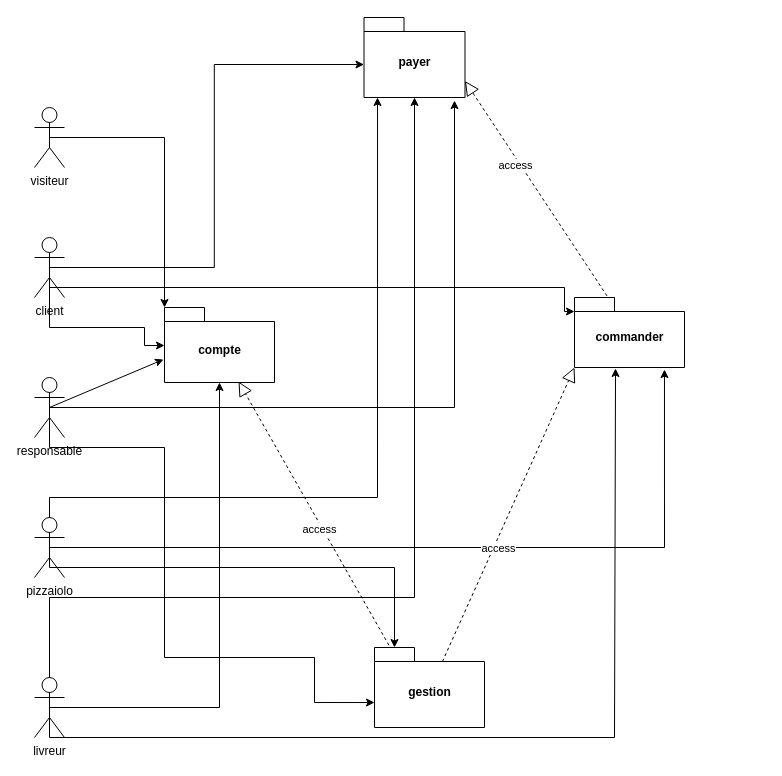
robindauteuil/Diagramme_UML keeps this draw.io diagram as page "diagramme package" (2 of 7) of diagrammes réunis.drawio. Above is the earlier version. Source tidied: cells renumbered, new cells numbered last; positions are measured from the earlier drawing's top-left corner, leaving out a move shared by most shapes. Both pictures are drawn from the tidied source at 100%, with x=0, y=0 at pixel (34, 17).
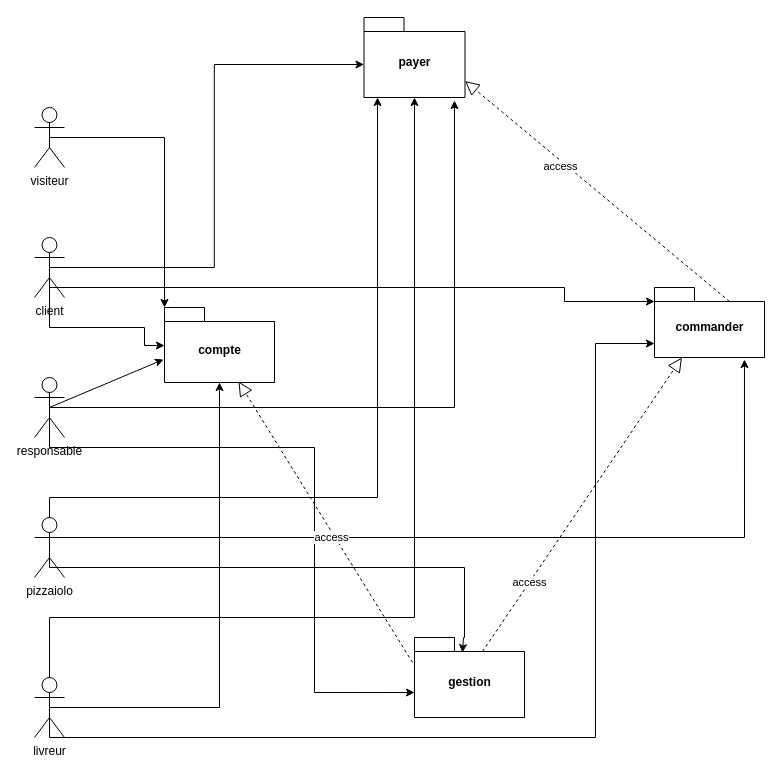
Above is the later version.

Unchanged cells that the change refers to:
```xml
<mxCell id="5" value="livreur" style="shape=umlActor;verticalLabelPosition=bottom;verticalAlign=top;html=1;outlineConnect=0;" parent="1" vertex="1">
  <mxGeometry y="660" width="30" height="60" as="geometry" />
</mxCell>
<mxCell id="9" value="pizzaiolo" style="shape=umlActor;verticalLabelPosition=bottom;verticalAlign=top;html=1;outlineConnect=0;" parent="1" vertex="1">
  <mxGeometry y="500" width="30" height="60" as="geometry" />
</mxCell>
<mxCell id="12" value="responsable" style="shape=umlActor;verticalLabelPosition=bottom;verticalAlign=top;html=1;outlineConnect=0;" parent="1" vertex="1">
  <mxGeometry y="360" width="30" height="60" as="geometry" />
</mxCell>
<mxCell id="16" value="client" style="shape=umlActor;verticalLabelPosition=bottom;verticalAlign=top;html=1;outlineConnect=0;" parent="1" vertex="1">
  <mxGeometry y="220" width="30" height="60" as="geometry" />
</mxCell>
<mxCell id="26" value="payer" style="shape=folder;fontStyle=1;spacingTop=10;tabWidth=40;tabHeight=14;tabPosition=left;html=1;" parent="1" vertex="1">
  <mxGeometry x="329.5" width="101" height="80" as="geometry" />
</mxCell>
<mxCell id="27" value="compte" style="shape=folder;fontStyle=1;spacingTop=10;tabWidth=40;tabHeight=14;tabPosition=left;html=1;" parent="1" vertex="1">
  <mxGeometry x="130" y="290" width="110" height="75" as="geometry" />
</mxCell>
```

The edit, as a diff of the source:
```diff
@@
     <mxCell id="3" style="edgeStyle=orthogonalEdgeStyle;rounded=0;jettySize=auto;html=1;exitX=0.5;exitY=0.5;exitDx=0;exitDy=0;exitPerimeter=0;entryX=0.5;entryY=1;entryDx=0;entryDy=0;entryPerimeter=0;" parent="1" edge="1" source="5" target="26">
       <mxGeometry relative="1" as="geometry">
         <Array as="points">
-          <mxPoint x="15" y="580" />
-          <mxPoint x="380" y="580" />
+          <mxPoint x="15" y="600" />
+          <mxPoint x="380" y="600" />
         </Array>
       </mxGeometry>
     </mxCell>
-    <mxCell id="4" style="edgeStyle=orthogonalEdgeStyle;rounded=0;jettySize=auto;html=1;exitX=0.5;exitY=0.5;exitDx=0;exitDy=0;exitPerimeter=0;entryX=0.373;entryY=1.014;entryDx=0;entryDy=0;entryPerimeter=0;" parent="1" edge="1" source="5" target="29">
+    <mxCell id="4" style="edgeStyle=orthogonalEdgeStyle;rounded=0;jettySize=auto;html=1;exitX=0.5;exitY=0.5;exitDx=0;exitDy=0;exitPerimeter=0;entryX=0;entryY=0;entryDx=0;entryDy=56;entryPerimeter=0;" parent="1" edge="1" source="5" target="29">
       <mxGeometry relative="1" as="geometry">
         <Array as="points">
           <mxPoint x="15" y="720" />
-          <mxPoint x="580" y="720" />
+          <mxPoint x="561" y="720" />
+          <mxPoint x="561" y="326" />
         </Array>
       </mxGeometry>
     </mxCell>
@@
-    <mxCell id="6" style="edgeStyle=orthogonalEdgeStyle;rounded=0;jettySize=auto;html=1;exitX=0.5;exitY=0.5;exitDx=0;exitDy=0;exitPerimeter=0;entryX=0;entryY=0;entryDx=20;entryDy=0;entryPerimeter=0;" parent="1" edge="1" source="9" target="28">
+    <mxCell id="6" style="edgeStyle=orthogonalEdgeStyle;rounded=0;jettySize=auto;html=1;exitX=0.5;exitY=0.5;exitDx=0;exitDy=0;exitPerimeter=0;entryX=0.436;entryY=0.188;entryDx=0;entryDy=0;entryPerimeter=0;" parent="1" edge="1" source="9" target="28">
       <mxGeometry relative="1" as="geometry">
         <Array as="points">
           <mxPoint x="15" y="550" />
-          <mxPoint x="360" y="550" />
+          <mxPoint x="430" y="550" />
+          <mxPoint x="430" y="620" />
+          <mxPoint x="429" y="620" />
         </Array>
       </mxGeometry>
     </mxCell>
@@
     <mxCell id="8" style="edgeStyle=orthogonalEdgeStyle;rounded=0;jettySize=auto;html=1;exitX=0.5;exitY=0.5;exitDx=0;exitDy=0;exitPerimeter=0;entryX=0.818;entryY=1.029;entryDx=0;entryDy=0;entryPerimeter=0;" parent="1" edge="1" source="9" target="29">
-      <mxGeometry relative="1" as="geometry" />
+      <mxGeometry relative="1" as="geometry">
+        <Array as="points">
+          <mxPoint x="15" y="520" />
+          <mxPoint x="710" y="520" />
+        </Array>
+      </mxGeometry>
     </mxCell>
@@
     <mxCell id="10" style="edgeStyle=orthogonalEdgeStyle;rounded=0;jettySize=auto;html=1;exitX=0.5;exitY=0.5;exitDx=0;exitDy=0;exitPerimeter=0;entryX=0;entryY=0.688;entryDx=0;entryDy=0;entryPerimeter=0;" parent="1" edge="1" source="12" target="28">
       <mxGeometry relative="1" as="geometry">
         <Array as="points">
           <mxPoint x="15" y="430" />
-          <mxPoint x="130" y="430" />
-          <mxPoint x="130" y="640" />
-          <mxPoint x="280" y="640" />
-          <mxPoint x="280" y="685" />
+          <mxPoint x="280" y="430" />
+          <mxPoint x="280" y="675" />
         </Array>
       </mxGeometry>
     </mxCell>
@@
     <mxCell id="14" style="edgeStyle=orthogonalEdgeStyle;rounded=0;jettySize=auto;html=1;exitX=0.5;exitY=0.5;exitDx=0;exitDy=0;exitPerimeter=0;entryX=0;entryY=0;entryDx=0;entryDy=14;entryPerimeter=0;" parent="1" edge="1" source="16" target="29">
       <mxGeometry relative="1" as="geometry">
         <Array as="points">
           <mxPoint x="15" y="270" />
           <mxPoint x="530" y="270" />
-          <mxPoint x="530" y="294" />
+          <mxPoint x="530" y="284" />
         </Array>
       </mxGeometry>
     </mxCell>
@@
-    <mxCell id="20" style="endArrow=block;dashed=1;endFill=0;endSize=12;html=1;entryX=0.673;entryY=0.987;entryDx=0;entryDy=0;entryPerimeter=0;" parent="1" edge="1" target="27">
-      <mxGeometry relative="1" as="geometry">
-        <mxPoint x="357.4" y="632.9" as="sourcePoint" />
-      </mxGeometry>
+    <mxCell id="20" style="endArrow=block;dashed=1;endFill=0;endSize=12;html=1;entryX=0.673;entryY=0.987;entryDx=0;entryDy=0;entryPerimeter=0;exitX=-0.018;exitY=0.313;exitDx=0;exitDy=0;exitPerimeter=0;" parent="1" edge="1" source="28" target="27">
+      <mxGeometry relative="1" as="geometry" />
     </mxCell>
@@
-    <mxCell id="22" style="endArrow=block;dashed=1;endFill=0;endSize=12;html=1;entryX=0;entryY=0;entryDx=0;entryDy=70;entryPerimeter=0;exitX=0.618;exitY=0.175;exitDx=0;exitDy=0;exitPerimeter=0;" parent="1" edge="1" source="28" target="29">
+    <mxCell id="22" style="endArrow=block;dashed=1;endFill=0;endSize=12;html=1;entryX=0.25;entryY=1;entryDx=0;entryDy=0;entryPerimeter=0;exitX=0.618;exitY=0.175;exitDx=0;exitDy=0;exitPerimeter=0;" parent="1" edge="1" source="28" target="29">
       <mxGeometry relative="1" as="geometry" />
     </mxCell>
     <mxCell id="23" value="access" style="edgeLabel;html=1;align=center;verticalAlign=middle;" parent="22" vertex="1">
-      <mxGeometry x="-0.22" y="-4" relative="1" as="geometry" />
+      <mxGeometry x="-0.22" y="-4" relative="1" as="geometry">
+        <mxPoint x="-35.2" y="42.9" as="offset" />
+      </mxGeometry>
     </mxCell>
-    <mxCell id="24" style="endArrow=block;dashed=1;endFill=0;endSize=12;html=1;entryX=0;entryY=0;entryDx=101;entryDy=63.5;entryPerimeter=0;" parent="1" edge="1" target="26">
-      <mxGeometry relative="1" as="geometry">
-        <mxPoint x="575.8" y="283.4" as="sourcePoint" />
-      </mxGeometry>
+    <mxCell id="24" style="endArrow=block;dashed=1;endFill=0;endSize=12;html=1;entryX=0;entryY=0;entryDx=101;entryDy=63.5;entryPerimeter=0;exitX=0;exitY=0;exitDx=75;exitDy=14;exitPerimeter=0;" parent="1" edge="1" source="29" target="26">
+      <mxGeometry relative="1" as="geometry" />
     </mxCell>
@@
     <mxCell id="28" value="gestion" style="shape=folder;fontStyle=1;spacingTop=10;tabWidth=40;tabHeight=14;tabPosition=left;html=1;" parent="1" vertex="1">
-      <mxGeometry x="340" y="630" width="110" height="80" as="geometry" />
+      <mxGeometry x="380" y="620" width="110" height="80" as="geometry" />
     </mxCell>
     <mxCell id="29" value="commander" style="shape=folder;fontStyle=1;spacingTop=10;tabWidth=40;tabHeight=14;tabPosition=left;html=1;" parent="1" vertex="1">
-      <mxGeometry x="540" y="280" width="110" height="70" as="geometry" />
+      <mxGeometry x="620" y="270" width="110" height="70" as="geometry" />
     </mxCell>
```
